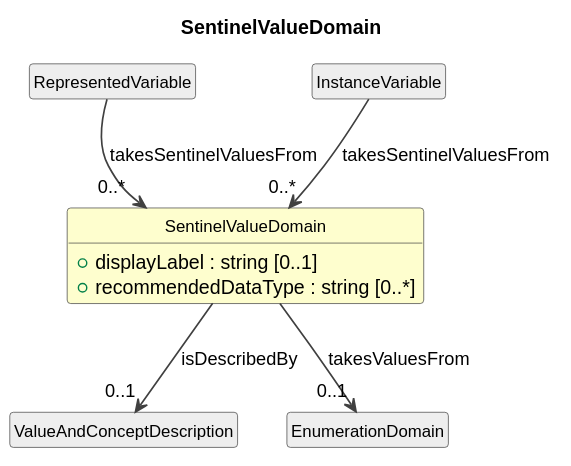
Cross-Domain-Interoperability-Framework/metadataBuildingBlocks keeps this PlantUML diagram as cdif-uml-model/_plantuml/cdifDataStructure/Classes/SentinelValueDomain.svg. Above is the earlier version.
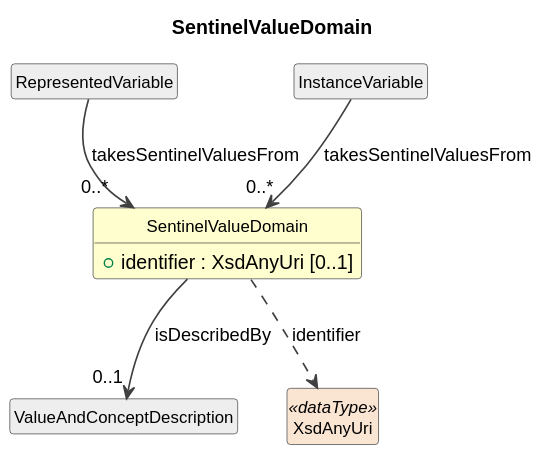
After the commit.

Change to the diagram source:
```diff
@@ -11,8 +11,7 @@
 }
 
 class "SentinelValueDomain" as SentinelValueDomain #FEFECE {
-  +displayLabel : string [0..1]
-  +recommendedDataType : string [0..*]
+  +identifier : XsdAnyUri [0..1]
 }
 class "RepresentedVariable" as RepresentedVariable #EEEEEE
 RepresentedVariable --> "0..*" SentinelValueDomain : takesSentinelValuesFrom
@@ -20,6 +19,6 @@
 InstanceVariable --> "0..*" SentinelValueDomain : takesSentinelValuesFrom
 class "ValueAndConceptDescription" as ValueAndConceptDescription #EEEEEE
 SentinelValueDomain --> "0..1" ValueAndConceptDescription : isDescribedBy
-class "EnumerationDomain" as EnumerationDomain #EEEEEE
-SentinelValueDomain --> "0..1" EnumerationDomain : takesValuesFrom
+class "XsdAnyUri" as XsdAnyUri <<dataType>> #FAE5D3
+SentinelValueDomain ..> XsdAnyUri : identifier
 @enduml
```
